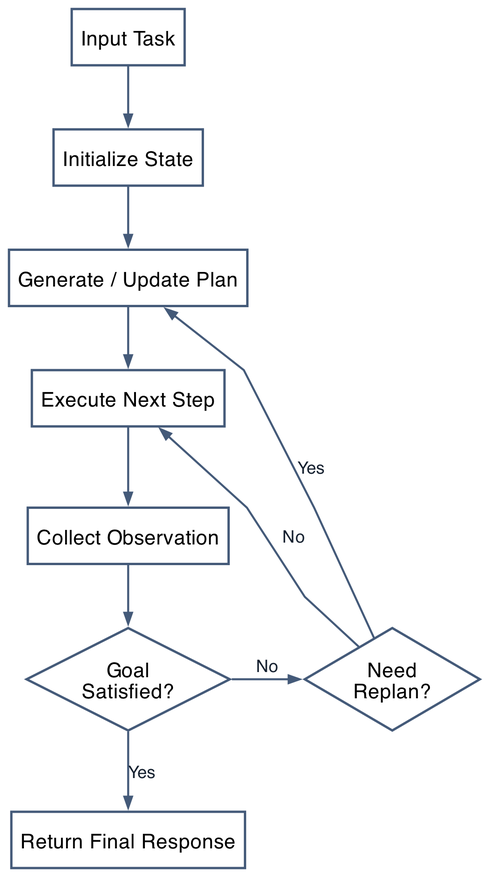
Before: assets/diagram_multistep_state.png, a diagram exported from Graphviz (quiznat/tot-hf-survey-artifacts). Its source is kept beside it as assets/diagram_multistep_state.dot.
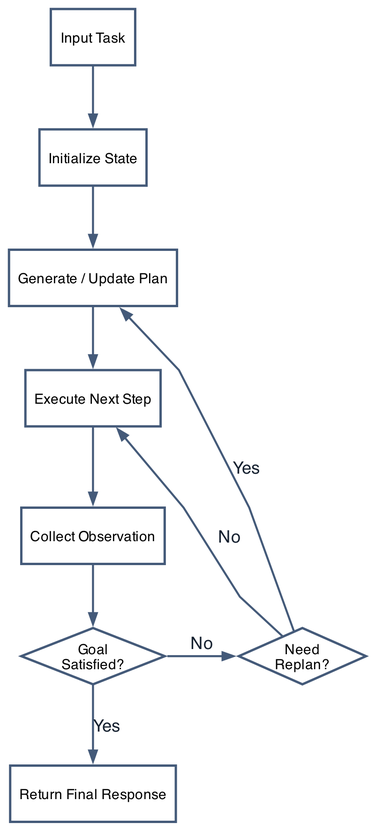
Later version of the same file.

Diff of the diagram source:
```diff
@@ -1,6 +1,6 @@
 digraph G {
   graph [bgcolor="#ffffff", pad="0.06", nodesep="0.34", ranksep="0.50", splines="polyline", fontname="Helvetica", fontcolor="#162130", margin="0.02", rankdir="TB", ranksep="0.56", nodesep="0.34"];
-  node [shape="box", style="filled", fillcolor="#ffffff", color="#445a79", penwidth="1.5", fontname="Helvetica", fontsize="13", margin="0.08,0.06"];
+  node [shape="box", style="filled", fillcolor="#ffffff", color="#445a79", penwidth="1.5", fontname="Helvetica", fontsize="9", margin="0.08,0.06"];
   edge [color="#445a79", penwidth="1.3", arrowsize="0.70", fontname="Helvetica", fontsize="11", fontcolor="#162130"];
 
   input [label="Input Task"];
@@ -8,8 +8,8 @@
   plan [label="Generate / Update Plan"];
   step [label="Execute Next Step"];
   observe [label="Collect Observation"];
-  goal [shape="diamond", style="filled", fillcolor="#ffffff", color="#445a79", penwidth="1.5", fontname="Helvetica", fontsize="13", margin="0.04,0.04", label="Goal\nSatisfied?"];
-  replan [shape="diamond", style="filled", fillcolor="#ffffff", color="#445a79", penwidth="1.5", fontname="Helvetica", fontsize="13", margin="0.04,0.04", label="Need\nReplan?"];
+  goal [shape="diamond", style="filled", fillcolor="#ffffff", color="#445a79", penwidth="1.5", fontname="Helvetica", fontsize="9", margin="0.04,0.04", label="Goal\nSatisfied?"];
+  replan [shape="diamond", style="filled", fillcolor="#ffffff", color="#445a79", penwidth="1.5", fontname="Helvetica", fontsize="9", margin="0.04,0.04", label="Need\nReplan?"];
   out [label="Return Final Response"];
 
   input -> init -> plan -> step -> observe -> goal;
```
